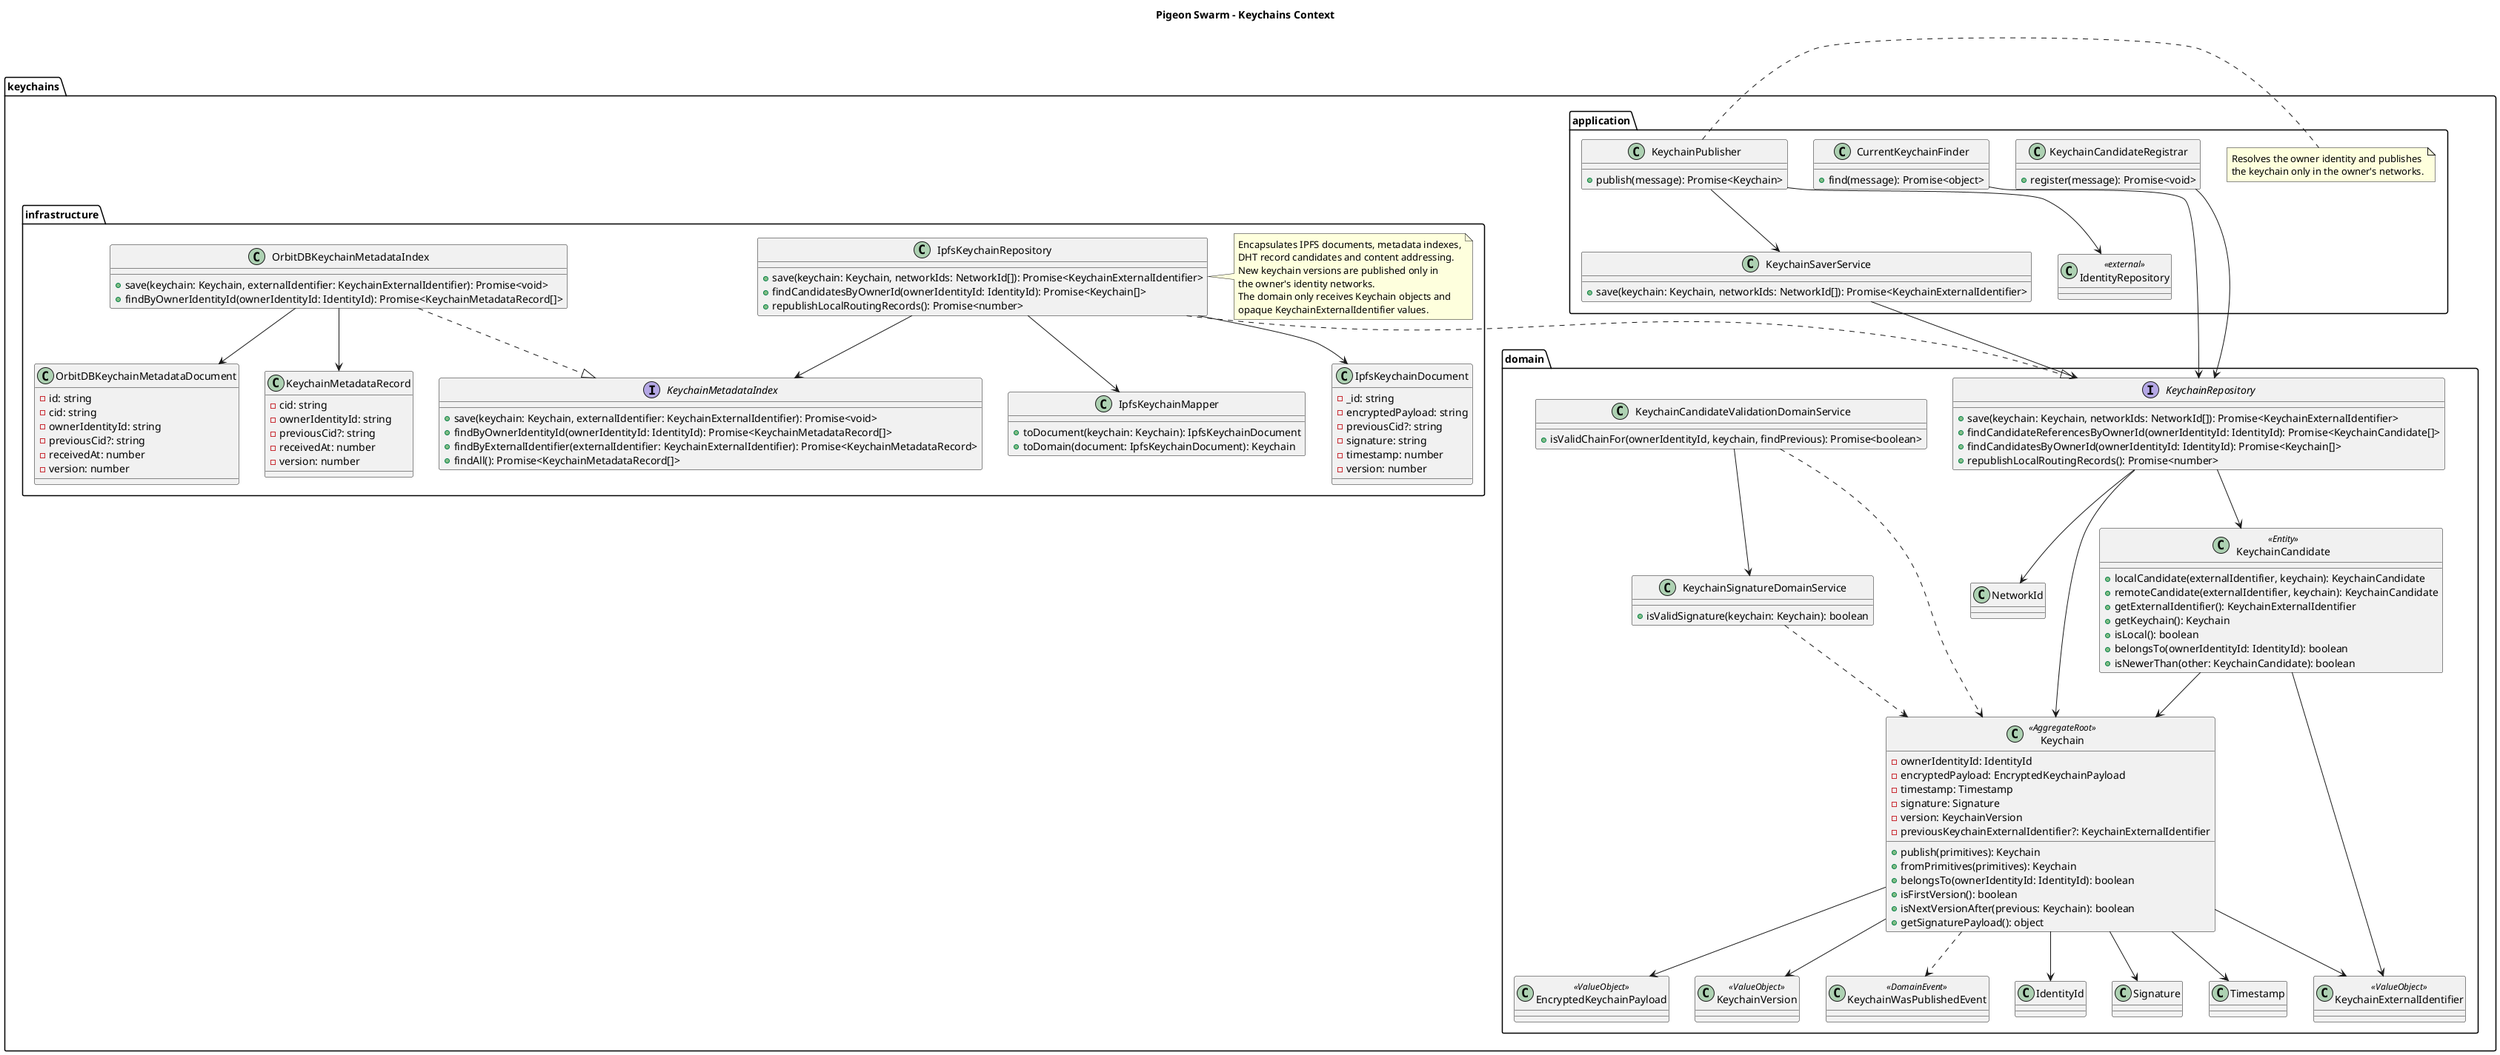
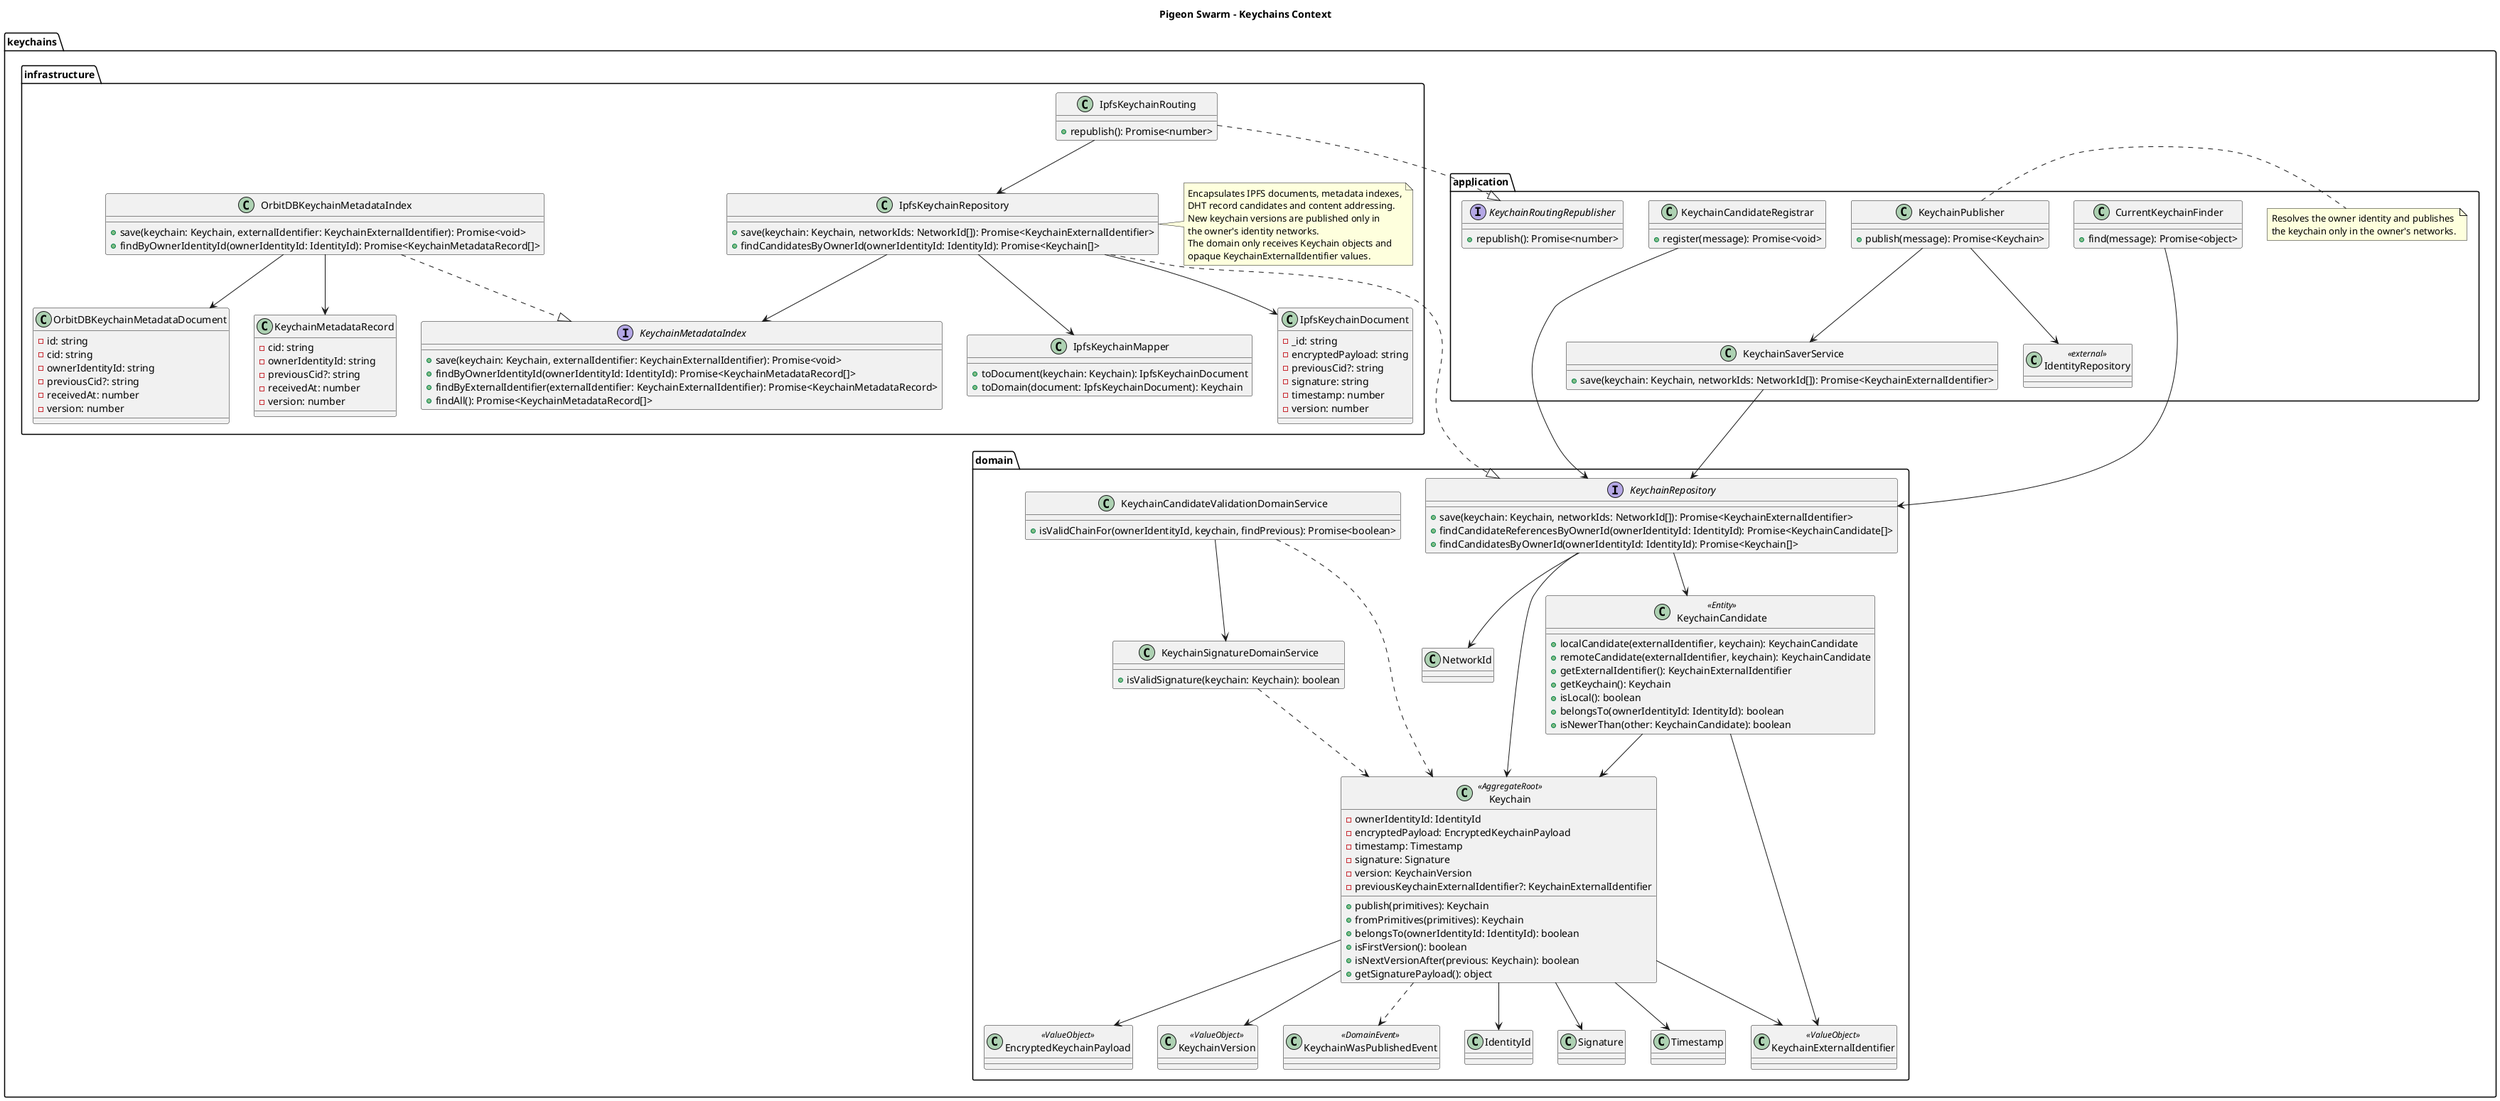
@startuml

title Pigeon Swarm - Keychains Context

package "keychains.domain" {
  class Keychain <<AggregateRoot>> {
    -ownerIdentityId: IdentityId
    -encryptedPayload: EncryptedKeychainPayload
    -timestamp: Timestamp
    -signature: Signature
    -version: KeychainVersion
    -previousKeychainExternalIdentifier?: KeychainExternalIdentifier
    +publish(primitives): Keychain
    +fromPrimitives(primitives): Keychain
    +belongsTo(ownerIdentityId: IdentityId): boolean
    +isFirstVersion(): boolean
    +isNextVersionAfter(previous: Keychain): boolean
    +getSignaturePayload(): object
  }

  class EncryptedKeychainPayload <<ValueObject>>
  class KeychainExternalIdentifier <<ValueObject>>
  class KeychainVersion <<ValueObject>>
  class KeychainCandidate <<Entity>> {
    +localCandidate(externalIdentifier, keychain): KeychainCandidate
    +remoteCandidate(externalIdentifier, keychain): KeychainCandidate
    +getExternalIdentifier(): KeychainExternalIdentifier
    +getKeychain(): Keychain
    +isLocal(): boolean
    +belongsTo(ownerIdentityId: IdentityId): boolean
    +isNewerThan(other: KeychainCandidate): boolean
  }

  class KeychainWasPublishedEvent <<DomainEvent>>

  interface KeychainRepository {
    +save(keychain: Keychain, networkIds: NetworkId[]): Promise<KeychainExternalIdentifier>
    +findCandidateReferencesByOwnerId(ownerIdentityId: IdentityId): Promise<KeychainCandidate[]>
    +findCandidatesByOwnerId(ownerIdentityId: IdentityId): Promise<Keychain[]>
-     +republishLocalRoutingRecords(): Promise<number>
  }

  class KeychainSignatureDomainService {
    +isValidSignature(keychain: Keychain): boolean
  }

  class KeychainCandidateValidationDomainService {
    +isValidChainFor(ownerIdentityId, keychain, findPrevious): Promise<boolean>
  }

  Keychain --> IdentityId
  KeychainRepository --> NetworkId
  KeychainRepository --> KeychainCandidate
  Keychain --> EncryptedKeychainPayload
  Keychain --> KeychainVersion
  Keychain --> KeychainExternalIdentifier
  KeychainCandidate --> Keychain
  KeychainCandidate --> KeychainExternalIdentifier
  Keychain --> Signature
  Keychain --> Timestamp
  Keychain ..> KeychainWasPublishedEvent
  KeychainSignatureDomainService ..> Keychain
  KeychainCandidateValidationDomainService --> KeychainSignatureDomainService
  KeychainCandidateValidationDomainService ..> Keychain
  KeychainRepository --> Keychain
}

package "keychains.application" {
  class KeychainPublisher {
    +publish(message): Promise<Keychain>
  }

  class CurrentKeychainFinder {
    +find(message): Promise<object>
  }

  class KeychainCandidateRegistrar {
    +register(message): Promise<void>
+   }
+ 
+   interface KeychainRoutingRepublisher {
+     +republish(): Promise<number>
  }

  class KeychainSaverService {
    +save(keychain: Keychain, networkIds: NetworkId[]): Promise<KeychainExternalIdentifier>
  }

  class IdentityRepository <<external>>

  KeychainPublisher --> KeychainSaverService
  KeychainPublisher --> IdentityRepository
  KeychainSaverService --> KeychainRepository
  CurrentKeychainFinder --> KeychainRepository
  KeychainCandidateRegistrar --> KeychainRepository

  note right of KeychainPublisher
    Resolves the owner identity and publishes
    the keychain only in the owner's networks.
  end note
}

package "keychains.infrastructure" {
  class IpfsKeychainDocument {
    -_id: string
    -encryptedPayload: string
    -previousCid?: string
    -signature: string
    -timestamp: number
    -version: number
  }

  class OrbitDBKeychainMetadataDocument {
    -id: string
    -cid: string
    -ownerIdentityId: string
    -previousCid?: string
    -receivedAt: number
    -version: number
  }

  class IpfsKeychainRepository {
    +save(keychain: Keychain, networkIds: NetworkId[]): Promise<KeychainExternalIdentifier>
    +findCandidatesByOwnerId(ownerIdentityId: IdentityId): Promise<Keychain[]>
-     +republishLocalRoutingRecords(): Promise<number>
+   }
+ 
+   class IpfsKeychainRouting {
+     +republish(): Promise<number>
  }

  class IpfsKeychainMapper {
    +toDocument(keychain: Keychain): IpfsKeychainDocument
    +toDomain(document: IpfsKeychainDocument): Keychain
  }

  interface KeychainMetadataIndex {
    +save(keychain: Keychain, externalIdentifier: KeychainExternalIdentifier): Promise<void>
    +findByOwnerIdentityId(ownerIdentityId: IdentityId): Promise<KeychainMetadataRecord[]>
    +findByExternalIdentifier(externalIdentifier: KeychainExternalIdentifier): Promise<KeychainMetadataRecord>
    +findAll(): Promise<KeychainMetadataRecord[]>
  }

  class KeychainMetadataRecord {
    -cid: string
    -ownerIdentityId: string
    -previousCid?: string
    -receivedAt: number
    -version: number
  }

  class OrbitDBKeychainMetadataIndex {
    +save(keychain: Keychain, externalIdentifier: KeychainExternalIdentifier): Promise<void>
    +findByOwnerIdentityId(ownerIdentityId: IdentityId): Promise<KeychainMetadataRecord[]>
  }

  note right of IpfsKeychainRepository
    Encapsulates IPFS documents, metadata indexes,
    DHT record candidates and content addressing.
    New keychain versions are published only in
    the owner's identity networks.
    The domain only receives Keychain objects and
    opaque KeychainExternalIdentifier values.
  end note

  IpfsKeychainRepository ..|> KeychainRepository
+   IpfsKeychainRouting ..|> KeychainRoutingRepublisher
+   IpfsKeychainRouting --> IpfsKeychainRepository
  IpfsKeychainRepository --> IpfsKeychainMapper
  IpfsKeychainRepository --> KeychainMetadataIndex
  IpfsKeychainRepository --> IpfsKeychainDocument
  OrbitDBKeychainMetadataIndex ..|> KeychainMetadataIndex
  OrbitDBKeychainMetadataIndex --> OrbitDBKeychainMetadataDocument
  OrbitDBKeychainMetadataIndex --> KeychainMetadataRecord
}

@enduml
